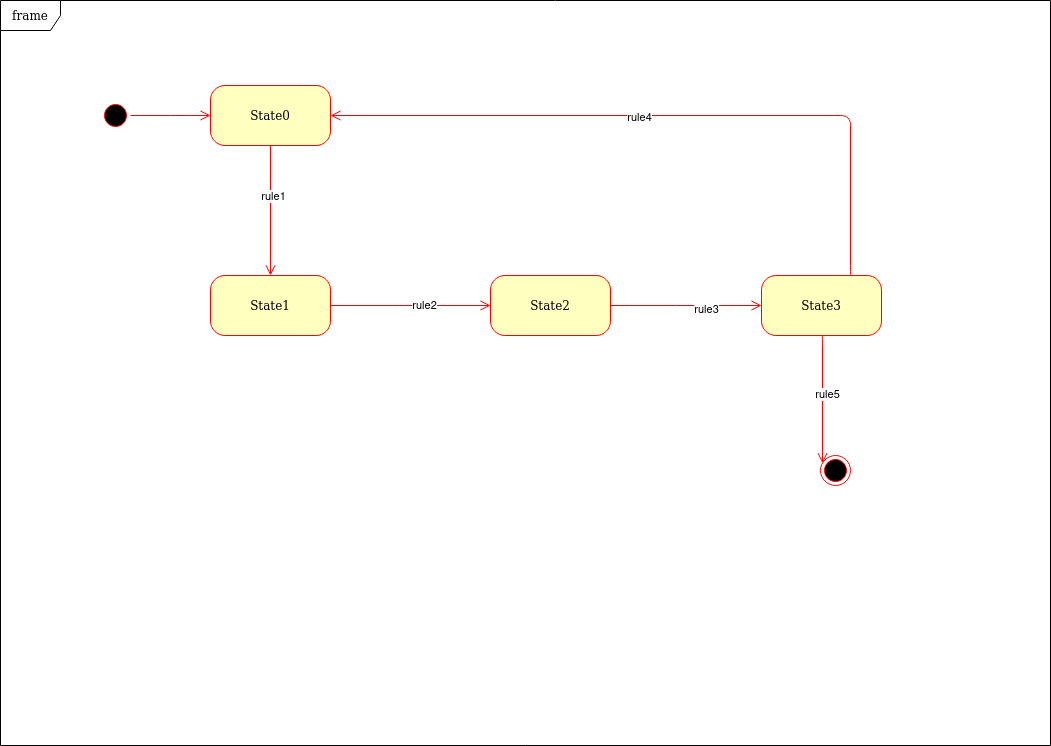
Earlier version of the draw.io export src/test/resources/Untitled Diagram.drawio.png (igor-suhorukov/state_machine_example). Source tidied: cells renumbered, new cells last; positions are measured from the earlier drawing's top-left corner, leaving out a move shared by most shapes. Source of this version:
```xml
<mxGraphModel>
  <root>
    <mxCell id="0" />
    <mxCell id="1" parent="0" />
    <mxCell id="2" value="frame" style="shape=umlFrame;whiteSpace=wrap;html=1;rounded=1;shadow=0;comic=0;labelBackgroundColor=none;strokeWidth=1;fontFamily=Verdana;fontSize=12;align=center;" parent="1" vertex="1">
      <mxGeometry width="1050" height="745" as="geometry" />
    </mxCell>
    <mxCell id="3" style="ellipse;html=1;shape=startState;fillColor=#000000;strokeColor=#ff0000;rounded=1;shadow=0;comic=0;labelBackgroundColor=none;fontFamily=Verdana;fontSize=12;fontColor=#000000;align=center;direction=south;" parent="1" vertex="1">
      <mxGeometry x="100" y="100" width="30" height="30" as="geometry" />
    </mxCell>
    <mxCell id="4" value="State1" style="rounded=1;whiteSpace=wrap;html=1;arcSize=24;fillColor=#ffffc0;strokeColor=#ff0000;shadow=0;comic=0;labelBackgroundColor=none;fontFamily=Verdana;fontSize=12;fontColor=#000000;align=center;" parent="1" vertex="1">
      <mxGeometry x="210" y="275" width="120" height="60" as="geometry" />
    </mxCell>
    <mxCell id="5" value="&lt;div&gt;State0&lt;/div&gt;" style="rounded=1;whiteSpace=wrap;html=1;arcSize=24;fillColor=#ffffc0;strokeColor=#ff0000;shadow=0;comic=0;labelBackgroundColor=none;fontFamily=Verdana;fontSize=12;fontColor=#000000;align=center;" parent="1" vertex="1">
      <mxGeometry x="210" y="85" width="120" height="60" as="geometry" />
    </mxCell>
    <mxCell id="6" style="edgeStyle=orthogonalEdgeStyle;html=1;exitX=0.75;exitY=0;entryX=1;entryY=0.5;labelBackgroundColor=none;endArrow=open;endSize=8;strokeColor=#ff0000;fontFamily=Verdana;fontSize=12;align=left;" parent="1" edge="1" source="10" target="5">
      <mxGeometry relative="1" as="geometry">
        <Array as="points">
          <mxPoint x="850" y="115" />
        </Array>
      </mxGeometry>
    </mxCell>
    <mxCell id="7" value="rule4" style="edgeLabel;html=1;align=center;verticalAlign=middle;" parent="6" vertex="1">
      <mxGeometry x="0.1" y="1" relative="1" as="geometry" />
    </mxCell>
    <mxCell id="8" style="edgeStyle=elbowEdgeStyle;html=1;labelBackgroundColor=none;endArrow=open;endSize=8;strokeColor=#ff0000;fontFamily=Verdana;fontSize=12;align=left;" parent="1" edge="1" source="11" target="10">
      <mxGeometry relative="1" as="geometry" />
    </mxCell>
    <mxCell id="9" value="rule3" style="edgeLabel;html=1;align=center;verticalAlign=middle;" parent="8" vertex="1">
      <mxGeometry x="0.26" y="-3" relative="1" as="geometry" />
    </mxCell>
    <mxCell id="10" value="State3" style="rounded=1;whiteSpace=wrap;html=1;arcSize=24;fillColor=#ffffc0;strokeColor=#ff0000;shadow=0;comic=0;labelBackgroundColor=none;fontFamily=Verdana;fontSize=12;fontColor=#000000;align=center;" parent="1" vertex="1">
      <mxGeometry x="761" y="275" width="120" height="60" as="geometry" />
    </mxCell>
    <mxCell id="11" value="State2" style="rounded=1;whiteSpace=wrap;html=1;arcSize=24;fillColor=#ffffc0;strokeColor=#ff0000;shadow=0;comic=0;labelBackgroundColor=none;fontFamily=Verdana;fontSize=12;fontColor=#000000;align=center;" parent="1" vertex="1">
      <mxGeometry x="490" y="275" width="120" height="60" as="geometry" />
    </mxCell>
    <mxCell id="12" style="edgeStyle=orthogonalEdgeStyle;html=1;labelBackgroundColor=none;endArrow=open;endSize=8;strokeColor=#ff0000;fontFamily=Verdana;fontSize=12;align=left;" parent="1" edge="1" source="3" target="5">
      <mxGeometry relative="1" as="geometry">
        <Array as="points">
          <mxPoint x="180" y="115" />
          <mxPoint x="180" y="115" />
        </Array>
      </mxGeometry>
    </mxCell>
    <mxCell id="13" style="edgeStyle=orthogonalEdgeStyle;html=1;exitX=0.5;exitY=1;labelBackgroundColor=none;endArrow=open;endSize=8;strokeColor=#ff0000;fontFamily=Verdana;fontSize=12;align=left;exitDx=0;exitDy=0;" parent="1" edge="1" source="5" target="4">
      <mxGeometry relative="1" as="geometry" />
    </mxCell>
    <mxCell id="14" value="rule1" style="edgeLabel;html=1;align=center;verticalAlign=middle;" parent="13" vertex="1">
      <mxGeometry x="-0.23" y="2" relative="1" as="geometry" />
    </mxCell>
    <mxCell id="15" style="edgeStyle=orthogonalEdgeStyle;html=1;exitX=1;exitY=0.5;entryX=0;entryY=0.5;labelBackgroundColor=none;endArrow=open;endSize=8;strokeColor=#ff0000;fontFamily=Verdana;fontSize=12;align=left;" parent="1" edge="1" source="4" target="11">
      <mxGeometry relative="1" as="geometry" />
    </mxCell>
    <mxCell id="16" value="rule2" style="edgeLabel;html=1;align=center;verticalAlign=middle;" parent="15" vertex="1">
      <mxGeometry x="0.16" y="1" relative="1" as="geometry" />
    </mxCell>
    <mxCell id="17" style="ellipse;html=1;shape=endState;fillColor=#000000;strokeColor=#ff0000;" parent="1" vertex="1">
      <mxGeometry x="820" y="455" width="30" height="30" as="geometry" />
    </mxCell>
    <mxCell id="18" style="edgeStyle=elbowEdgeStyle;html=1;exitX=0.5;exitY=1;entryX=0.071;entryY=0.26;labelBackgroundColor=none;endArrow=open;endSize=8;strokeColor=#ff0000;fontFamily=Verdana;fontSize=12;align=left;exitDx=0;exitDy=0;entryDx=0;entryDy=0;entryPerimeter=0;" parent="1" edge="1" source="10" target="17">
      <mxGeometry relative="1" as="geometry" />
    </mxCell>
    <mxCell id="19" value="rule5" style="edgeLabel;html=1;align=center;verticalAlign=middle;" parent="18" vertex="1">
      <mxGeometry x="-0.09" y="4" relative="1" as="geometry" />
    </mxCell>
  </root>
</mxGraphModel>
```
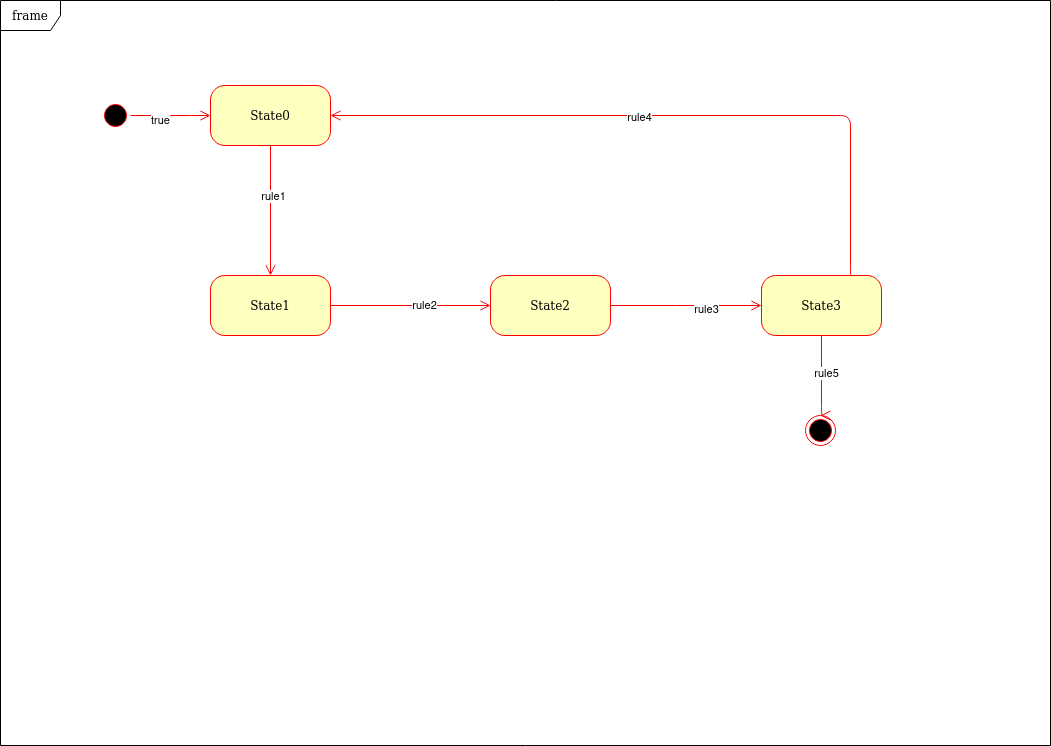
Above is the later version.

The edit, as a diff of the source:
```diff
@@ -11,7 +11,7 @@
     <mxCell id="4" value="State1" style="rounded=1;whiteSpace=wrap;html=1;arcSize=24;fillColor=#ffffc0;strokeColor=#ff0000;shadow=0;comic=0;labelBackgroundColor=none;fontFamily=Verdana;fontSize=12;fontColor=#000000;align=center;" parent="1" vertex="1">
       <mxGeometry x="210" y="275" width="120" height="60" as="geometry" />
     </mxCell>
-    <mxCell id="5" value="&lt;div&gt;State0&lt;/div&gt;" style="rounded=1;whiteSpace=wrap;html=1;arcSize=24;fillColor=#ffffc0;strokeColor=#ff0000;shadow=0;comic=0;labelBackgroundColor=none;fontFamily=Verdana;fontSize=12;fontColor=#000000;align=center;" parent="1" vertex="1">
+    <mxCell id="5" value="State0" style="rounded=1;whiteSpace=wrap;html=1;arcSize=24;fillColor=#ffffc0;strokeColor=#ff0000;shadow=0;comic=0;labelBackgroundColor=none;fontFamily=Verdana;fontSize=12;fontColor=#000000;align=center;" parent="1" vertex="1">
       <mxGeometry x="210" y="85" width="120" height="60" as="geometry" />
     </mxCell>
     <mxCell id="6" style="edgeStyle=orthogonalEdgeStyle;html=1;exitX=0.75;exitY=0;entryX=1;entryY=0.5;labelBackgroundColor=none;endArrow=open;endSize=8;strokeColor=#ff0000;fontFamily=Verdana;fontSize=12;align=left;" parent="1" edge="1" source="10" target="5">
@@ -44,6 +44,9 @@
         </Array>
       </mxGeometry>
     </mxCell>
+    <mxCell id="20" value="true" style="edgeLabel;html=1;align=center;verticalAlign=middle;" parent="12" vertex="1">
+      <mxGeometry x="-0.28" y="-4" relative="1" as="geometry" />
+    </mxCell>
     <mxCell id="13" style="edgeStyle=orthogonalEdgeStyle;html=1;exitX=0.5;exitY=1;labelBackgroundColor=none;endArrow=open;endSize=8;strokeColor=#ff0000;fontFamily=Verdana;fontSize=12;align=left;exitDx=0;exitDy=0;" parent="1" edge="1" source="5" target="4">
       <mxGeometry relative="1" as="geometry" />
     </mxCell>
@@ -57,9 +60,9 @@
       <mxGeometry x="0.16" y="1" relative="1" as="geometry" />
     </mxCell>
     <mxCell id="17" style="ellipse;html=1;shape=endState;fillColor=#000000;strokeColor=#ff0000;" parent="1" vertex="1">
-      <mxGeometry x="820" y="455" width="30" height="30" as="geometry" />
+      <mxGeometry x="805" y="415" width="30" height="30" as="geometry" />
     </mxCell>
-    <mxCell id="18" style="edgeStyle=elbowEdgeStyle;html=1;exitX=0.5;exitY=1;entryX=0.071;entryY=0.26;labelBackgroundColor=none;endArrow=open;endSize=8;strokeColor=#ff0000;fontFamily=Verdana;fontSize=12;align=left;exitDx=0;exitDy=0;entryDx=0;entryDy=0;entryPerimeter=0;" parent="1" edge="1" source="10" target="17">
+    <mxCell id="18" style="edgeStyle=elbowEdgeStyle;html=1;exitX=0.5;exitY=1;entryX=0.5;entryY=0;labelBackgroundColor=none;endArrow=open;endSize=8;strokeColor=#ff0000;fontFamily=Verdana;fontSize=12;align=left;exitDx=0;exitDy=0;entryDx=0;entryDy=0;" parent="1" edge="1" source="10" target="17">
       <mxGeometry relative="1" as="geometry" />
     </mxCell>
     <mxCell id="19" value="rule5" style="edgeLabel;html=1;align=center;verticalAlign=middle;" parent="18" vertex="1">
```
